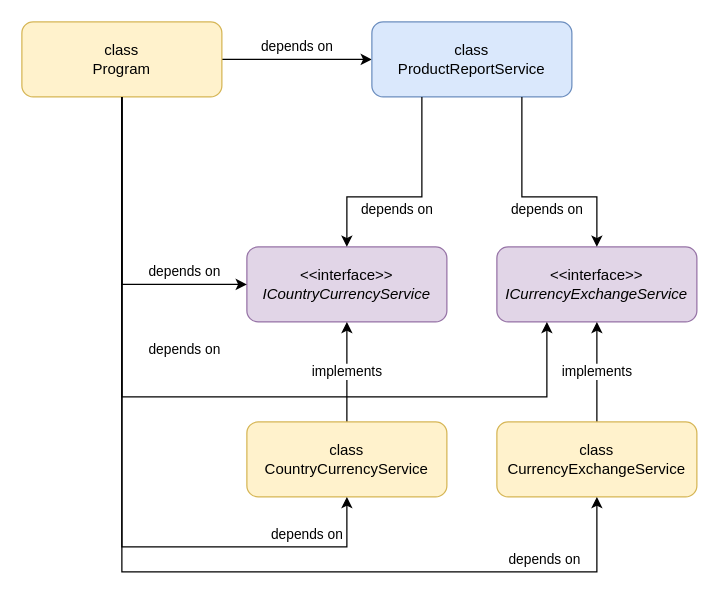
epam-dotnet-lab/northwind-apps keeps this draw.io diagram as page "ProductReportService+Interfaces" (5 of 7) of module03/module03.drawio. Above is the earlier version. Source tidied: cells renumbered, new cells numbered last; positions are measured from the earlier drawing's top-left corner, leaving out a move shared by most shapes. Both pictures are drawn from the tidied source at 125%, with x=0, y=0 at pixel (21, 21).
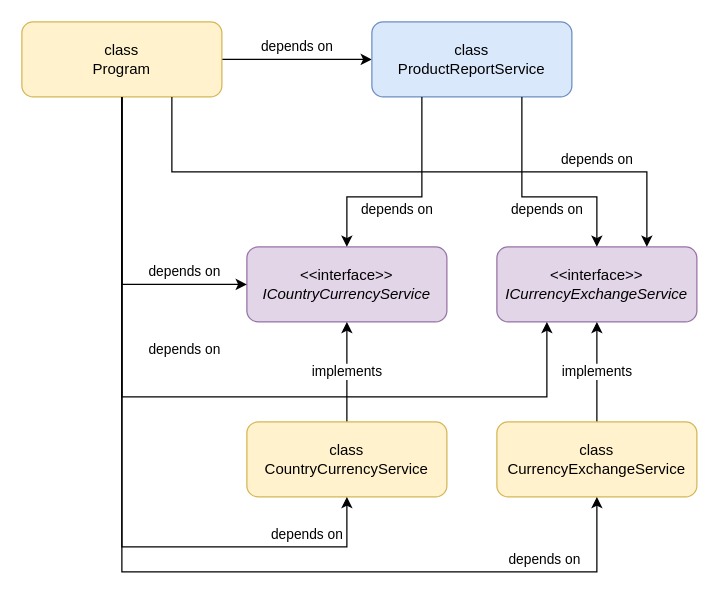
After the change.

The change refers to these unchanged cells:
```xml
<mxCell id="3" value="class&lt;br&gt;Program" style="rounded=1;whiteSpace=wrap;html=1;fillColor=#fff2cc;strokeColor=#d6b656;" parent="1" vertex="1">
  <mxGeometry width="160" height="60" as="geometry" />
</mxCell>
<mxCell id="4" value="&amp;lt;&amp;lt;interface&amp;gt;&amp;gt;&lt;br&gt;&lt;i&gt;ICurrencyExchangeService&lt;/i&gt;" style="rounded=1;whiteSpace=wrap;html=1;fillColor=#e1d5e7;strokeColor=#9673a6;" parent="1" vertex="1">
  <mxGeometry x="380" y="180" width="160" height="60" as="geometry" />
</mxCell>
```

What changed in the source:
```diff
@@
+    <mxCell id="17" value="depends on" style="edgeStyle=orthogonalEdgeStyle;rounded=0;jettySize=auto;html=1;exitX=0.75;exitY=1;exitDx=0;exitDy=0;entryX=0.75;entryY=0;entryDx=0;entryDy=0;" parent="1" edge="1" source="3" target="4">
+      <mxGeometry x="0.6" y="10" relative="1" as="geometry">
+        <Array as="points">
+          <mxPoint x="120" y="120" />
+          <mxPoint x="500" y="120" />
+        </Array>
+      </mxGeometry>
+    </mxCell>
```
